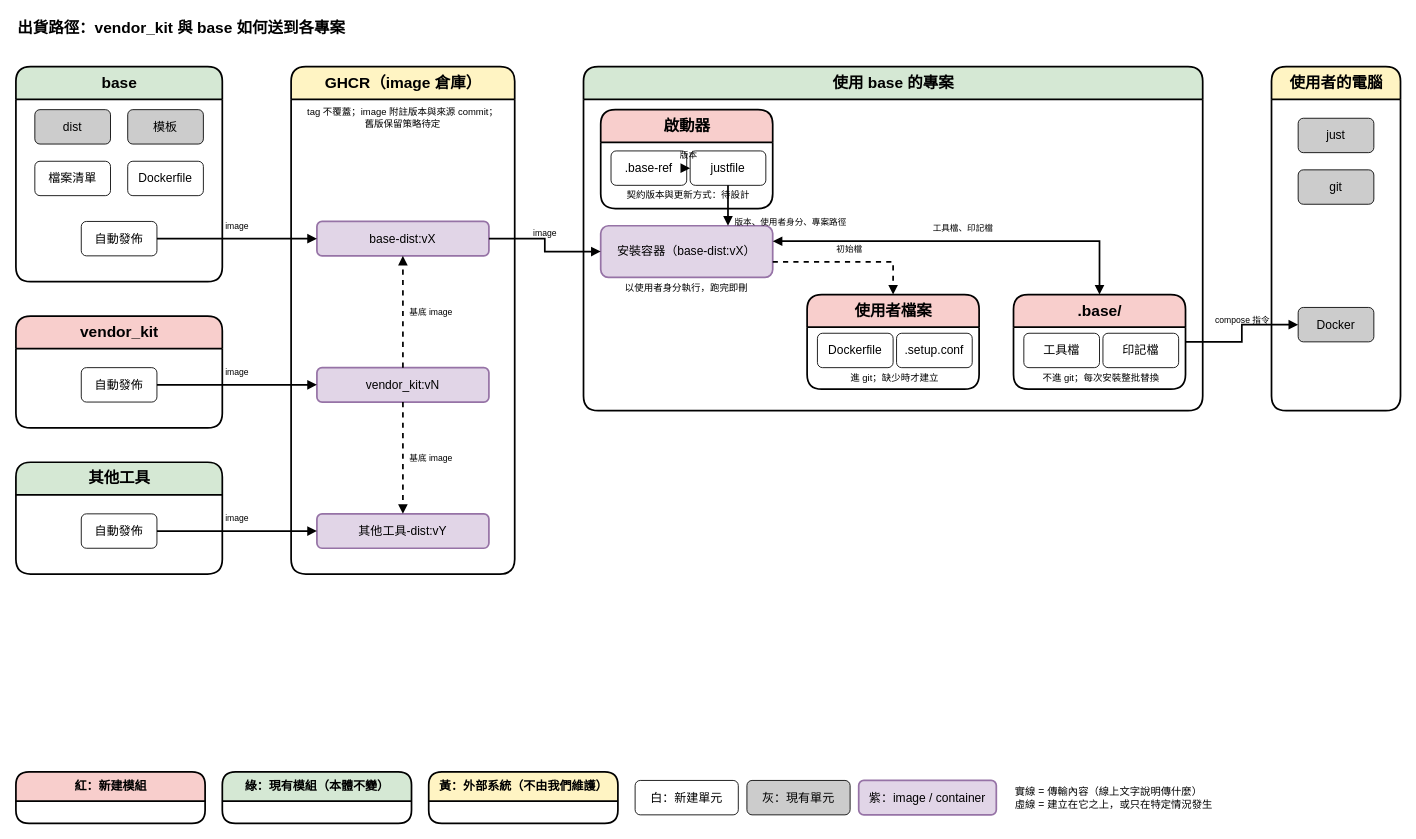
The draw.io diagram page "2. 出貨路徑" (2 of 6) of dist_distribution.drawio in ycpss91255-research/vendor_kit, before the edit. Source tidied: cells renumbered, new cells numbered last; positions are measured from the earlier drawing's top-left corner, leaving out a move shared by most shapes. Both pictures are drawn from the tidied source at 86%, with x=0, y=0 at pixel (15, 15).
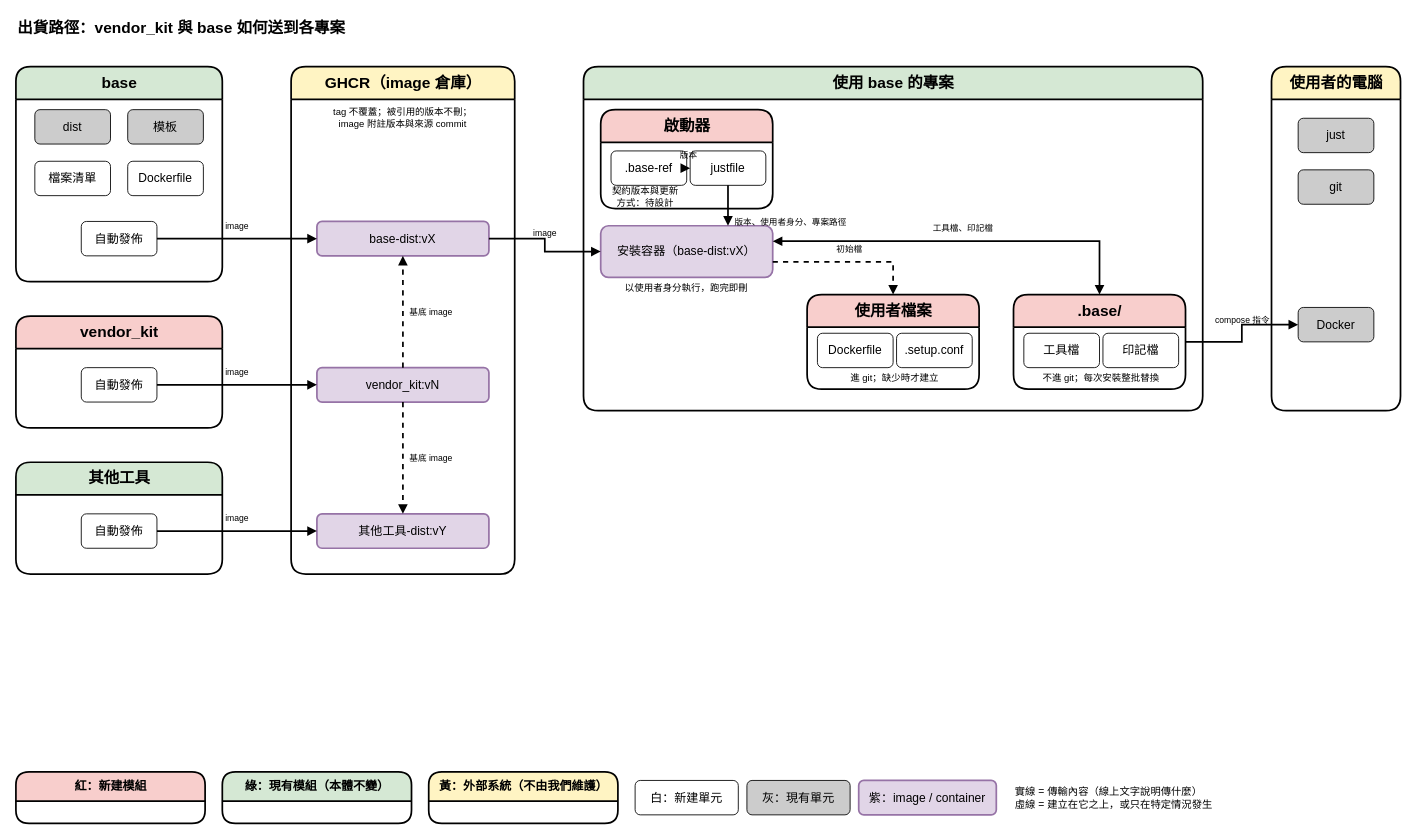
Above is the later version.

Unchanged cells that the change refers to:
```xml
<mxCell id="13" value="GHCR（image 倉庫）" style="swimlane;html=1;rounded=1;startSize=38;fontStyle=1;fontSize=18;fillColor=#FFF4C3;swimlaneFillColor=#ffffff;strokeColor=#000000;strokeWidth=2;" parent="1" vertex="1">
  <mxGeometry x="320" y="60" width="260" height="590" as="geometry" />
</mxCell>
<mxCell id="21" value="啟動器" style="swimlane;html=1;rounded=1;startSize=38;fontStyle=1;fontSize=18;fillColor=#f8cecc;swimlaneFillColor=#ffffff;strokeColor=#000000;strokeWidth=2;" parent="18" vertex="1">
  <mxGeometry x="20" y="50" width="200" height="115" as="geometry" />
</mxCell>
```

Diff of the diagram source:
```diff
@@
-    <mxCell id="17" value="tag 不覆蓋；image 附註版本與來源 commit；&lt;br&gt;舊版保留策略待定" style="text;html=1;whiteSpace=wrap;align=center;verticalAlign=middle;fontSize=11;strokeColor=none;fillColor=none;" parent="13" vertex="1">
+    <mxCell id="17" value="tag 不覆蓋；被引用的版本不刪；&lt;br&gt;image 附註版本與來源 commit" style="text;html=1;whiteSpace=wrap;align=center;verticalAlign=middle;fontSize=11;strokeColor=none;fillColor=none;" parent="13" vertex="1">
       <mxGeometry x="10" y="40" width="240" height="40" as="geometry" />
     </mxCell>
@@
-    <mxCell id="22" value="契約版本與更新方式：待設計" style="text;html=1;whiteSpace=wrap;align=center;verticalAlign=middle;fontSize=11;strokeColor=none;fillColor=none;" parent="21" vertex="1">
-      <mxGeometry x="12" y="90" width="180" height="18" as="geometry" />
+    <mxCell id="22" value="契約版本與更新&lt;br&gt;方式：待設計" style="text;html=1;whiteSpace=wrap;align=center;verticalAlign=middle;fontSize=11;strokeColor=none;fillColor=none;" parent="21" vertex="1">
+      <mxGeometry x="6" y="88" width="92" height="26" as="geometry" />
     </mxCell>
```
